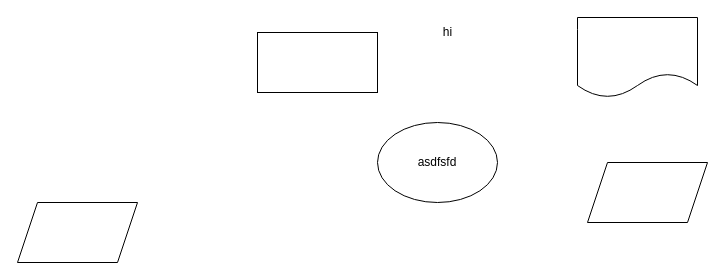
alcedo/public_draw_io keeps this draw.io diagram as Test github.drawio. Above is the earlier version. Source tidied: cells renumbered, new cells numbered last; positions are measured from the earlier drawing's top-left corner, leaving out a move shared by most shapes. Both pictures are drawn from the tidied source at 100%, with x=0, y=0 at pixel (17, 17).
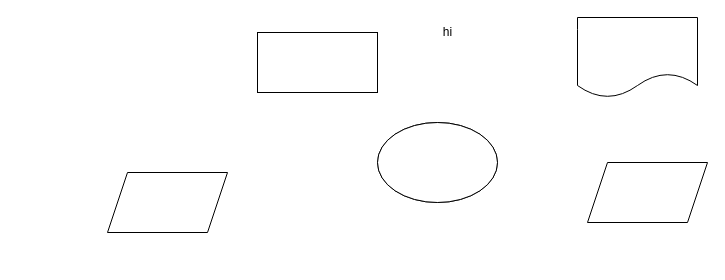
Above is the later version.

The edit, as a diff of the source:
```diff
@@
 <mxGraphModel>
   <root>
     <mxCell id="0" />
     <mxCell id="1" parent="0" />
     <mxCell id="2" style="rounded=0;whiteSpace=wrap;html=1;" parent="1" vertex="1">
       <mxGeometry x="240" y="15" width="120" height="60" as="geometry" />
     </mxCell>
     <mxCell id="3" value="asdfsfd" style="ellipse;whiteSpace=wrap;html=1;" parent="1" vertex="1">
       <mxGeometry x="360" y="105" width="120" height="80" as="geometry" />
     </mxCell>
     <mxCell id="4" value="hi" style="text;html=1;align=center;verticalAlign=middle;strokeColor=none;fillColor=none;" parent="1" vertex="1">
       <mxGeometry x="415" width="30" height="30" as="geometry" />
     </mxCell>
     <mxCell id="5" style="shape=document;whiteSpace=wrap;html=1;boundedLbl=1;" parent="1" vertex="1">
       <mxGeometry x="560" width="120" height="80" as="geometry" />
     </mxCell>
     <mxCell id="6" style="shape=parallelogram;perimeter=parallelogramPerimeter;whiteSpace=wrap;html=1;fixedSize=1;" parent="1" vertex="1">
       <mxGeometry x="570" y="145" width="120" height="60" as="geometry" />
     </mxCell>
     <mxCell id="7" style="shape=parallelogram;perimeter=parallelogramPerimeter;whiteSpace=wrap;html=1;fixedSize=1;" parent="1" vertex="1">
-      <mxGeometry y="185" width="120" height="60" as="geometry" />
+      <mxGeometry x="90" y="155" width="120" height="60" as="geometry" />
     </mxCell>
+    <mxCell id="8" style="ellipse;whiteSpace=wrap;html=1;" parent="1" vertex="1">
+      <mxGeometry x="360" y="105" width="120" height="80" as="geometry" />
+    </mxCell>
   </root>
 </mxGraphModel>
```
